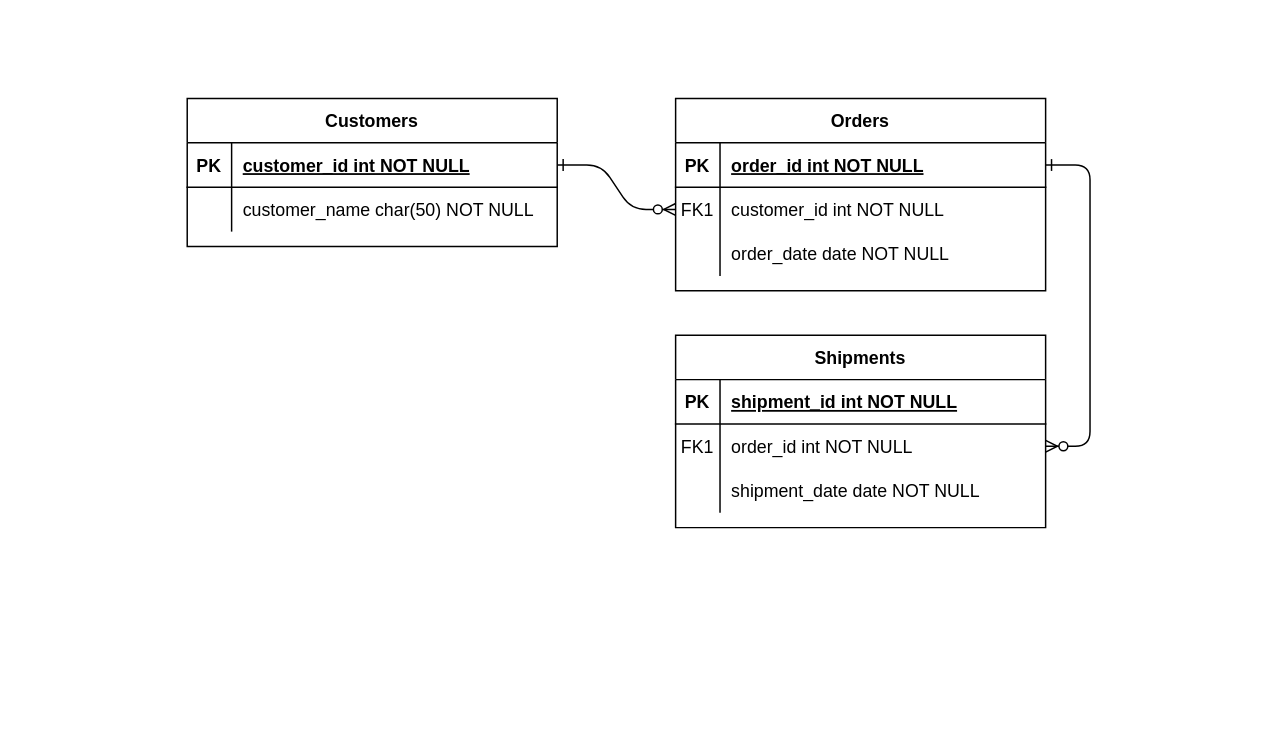
The draw.io diagram erd/BookLendingERD.drawio in perilloArt3159/database-mysql-assessment, before the edit. Source tidied: cells renumbered, new cells numbered last; positions are measured from the earlier drawing's top-left corner, leaving out a move shared by most shapes. Both pictures are drawn from the tidied source at 148%, with x=0, y=0 at pixel (186, 98).
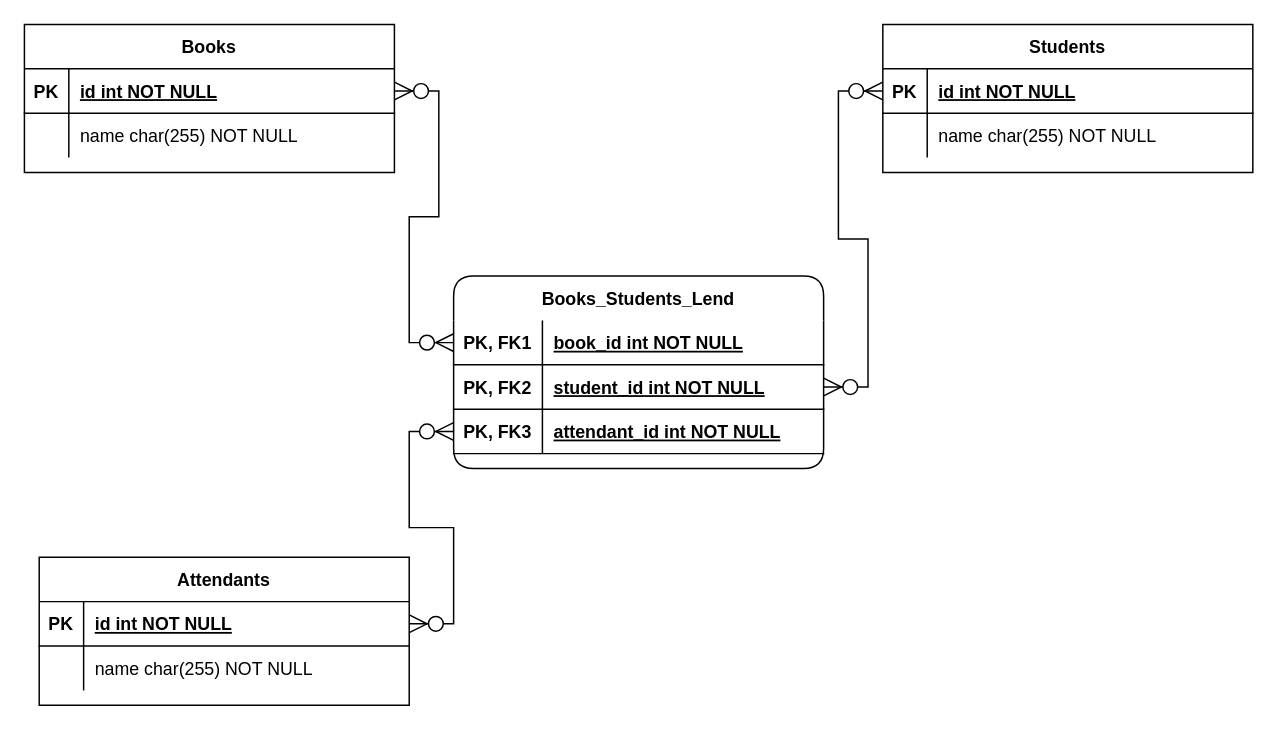
The same diagram, later.

Commit message:
:sparkles: Book Lending ERD Done

Unchanged cells that the change refers to:
```xml
<mxCell id="5" style="shape=partialRectangle;fillColor=none;points=[[0,0.5],[1,0.5]];portConstraint=eastwest;top=0;left=0;right=0;bottom=1;" parent="4" vertex="1">
  <mxGeometry y="30" width="250" height="30" as="geometry" />
</mxCell>
<mxCell id="8" style="shape=partialRectangle;fillColor=none;points=[[0,0.5],[1,0.5]];portConstraint=eastwest;top=0;left=0;right=0;bottom=0;" parent="4" vertex="1">
  <mxGeometry y="60" width="250" height="30" as="geometry" />
</mxCell>
<mxCell id="15" style="shape=partialRectangle;fillColor=none;points=[[0,0.5],[1,0.5]];portConstraint=eastwest;top=0;left=0;right=0;bottom=1;" parent="14" vertex="1">
  <mxGeometry y="30" width="250" height="30" as="geometry" />
</mxCell>
<mxCell id="18" style="shape=partialRectangle;fillColor=none;points=[[0,0.5],[1,0.5]];portConstraint=eastwest;top=0;left=0;right=0;bottom=0;" parent="14" vertex="1">
  <mxGeometry y="60" width="250" height="30" as="geometry" />
</mxCell>
<mxCell id="25" style="shape=partialRectangle;fillColor=none;points=[[0,0.5],[1,0.5]];portConstraint=eastwest;top=0;left=0;right=0;bottom=1;" parent="24" vertex="1">
  <mxGeometry y="30" width="250" height="30" as="geometry" />
</mxCell>
<mxCell id="28" style="shape=partialRectangle;fillColor=none;top=0;left=0;right=0;bottom=0;" parent="24" vertex="1">
  <mxGeometry y="60" width="250" height="30" as="geometry" />
</mxCell>
```

The edit, as a diff of the source:
```diff
@@
-    <mxCell id="2" style="edgeStyle=entityRelationEdgeStyle;endArrow=ERzeroToMany;startArrow=ERone;endFill=1;startFill=0;" parent="1" edge="1" source="25" target="8">
-      <mxGeometry relative="1" as="geometry" />
-    </mxCell>
-    <mxCell id="3" style="edgeStyle=entityRelationEdgeStyle;endArrow=ERzeroToMany;startArrow=ERone;endFill=1;startFill=0;" parent="1" edge="1" source="5" target="18">
-      <mxGeometry relative="1" as="geometry" />
-    </mxCell>
-    <mxCell id="4" value="Orders" style="shape=table;startSize=30;childLayout=tableLayout;rowLines=0;fontStyle=1;align=center;" parent="1" vertex="1">
-      <mxGeometry x="330" width="250" height="130" as="geometry" />
+    <mxCell id="4" value="Students" style="shape=table;startSize=30;childLayout=tableLayout;rowLines=0;fontStyle=1;align=center;" parent="1" vertex="1">
+      <mxGeometry x="470" y="-50" width="250" height="100" as="geometry" />
     </mxCell>
@@
-    <mxCell id="7" value="order_id int NOT NULL " style="shape=partialRectangle;overflow=hidden;fillColor=none;top=0;left=0;bottom=0;right=0;align=left;spacingLeft=6;fontStyle=5;" parent="5" vertex="1">
+    <mxCell id="7" value="id int NOT NULL " style="shape=partialRectangle;overflow=hidden;fillColor=none;top=0;left=0;bottom=0;right=0;align=left;spacingLeft=6;fontStyle=5;" parent="5" vertex="1">
       <mxGeometry x="30" width="220" height="30" as="geometry" />
     </mxCell>
@@
-    <mxCell id="9" value="FK1" style="shape=partialRectangle;overflow=hidden;fillColor=none;top=0;left=0;bottom=0;right=0;" parent="8" vertex="1">
+    <mxCell id="9" style="shape=partialRectangle;overflow=hidden;fillColor=none;top=0;left=0;bottom=0;right=0;" parent="8" vertex="1">
       <mxGeometry width="30" height="30" as="geometry" />
     </mxCell>
-    <mxCell id="10" value="customer_id int NOT NULL" style="shape=partialRectangle;overflow=hidden;fillColor=none;top=0;left=0;bottom=0;right=0;align=left;spacingLeft=6;" parent="8" vertex="1">
+    <mxCell id="10" value="name char(255) NOT NULL" style="shape=partialRectangle;overflow=hidden;fillColor=none;top=0;left=0;bottom=0;right=0;align=left;spacingLeft=6;" parent="8" vertex="1">
       <mxGeometry x="30" width="220" height="30" as="geometry" />
     </mxCell>
-    <mxCell id="11" style="shape=partialRectangle;fillColor=none;top=0;left=0;right=0;bottom=0;" parent="4" vertex="1">
-      <mxGeometry y="90" width="250" height="30" as="geometry" />
-    </mxCell>
-    <mxCell id="12" style="shape=partialRectangle;overflow=hidden;fillColor=none;top=0;left=0;bottom=0;right=0;" parent="11" vertex="1">
-      <mxGeometry width="30" height="30" as="geometry" />
-    </mxCell>
-    <mxCell id="13" value="order_date date NOT NULL" style="shape=partialRectangle;overflow=hidden;fillColor=none;top=0;left=0;bottom=0;right=0;align=left;spacingLeft=6;" parent="11" vertex="1">
-      <mxGeometry x="30" width="220" height="30" as="geometry" />
-    </mxCell>
-    <mxCell id="14" value="Shipments" style="shape=table;startSize=30;childLayout=tableLayout;rowLines=0;fontStyle=1;align=center;" parent="1" vertex="1">
-      <mxGeometry x="330" y="160" width="250" height="130" as="geometry" />
+    <mxCell id="14" value="Attendants" style="shape=table;startSize=30;childLayout=tableLayout;rowLines=0;fontStyle=1;align=center;" parent="1" vertex="1">
+      <mxGeometry x="-100" y="310" width="250" height="100" as="geometry" />
     </mxCell>
@@
-    <mxCell id="17" value="shipment_id int NOT NULL " style="shape=partialRectangle;overflow=hidden;fillColor=none;top=0;left=0;bottom=0;right=0;align=left;spacingLeft=6;fontStyle=5;" parent="15" vertex="1">
+    <mxCell id="17" value="id int NOT NULL " style="shape=partialRectangle;overflow=hidden;fillColor=none;top=0;left=0;bottom=0;right=0;align=left;spacingLeft=6;fontStyle=5;" parent="15" vertex="1">
       <mxGeometry x="30" width="220" height="30" as="geometry" />
     </mxCell>
@@
-    <mxCell id="19" value="FK1" style="shape=partialRectangle;overflow=hidden;fillColor=none;top=0;left=0;bottom=0;right=0;" parent="18" vertex="1">
+    <mxCell id="19" style="shape=partialRectangle;overflow=hidden;fillColor=none;top=0;left=0;bottom=0;right=0;" parent="18" vertex="1">
       <mxGeometry width="30" height="30" as="geometry" />
     </mxCell>
-    <mxCell id="20" value="order_id int NOT NULL" style="shape=partialRectangle;overflow=hidden;fillColor=none;top=0;left=0;bottom=0;right=0;align=left;spacingLeft=6;" parent="18" vertex="1">
+    <mxCell id="20" value="name char(255) NOT NULL" style="shape=partialRectangle;overflow=hidden;fillColor=none;top=0;left=0;bottom=0;right=0;align=left;spacingLeft=6;" parent="18" vertex="1">
       <mxGeometry x="30" width="220" height="30" as="geometry" />
     </mxCell>
-    <mxCell id="21" style="shape=partialRectangle;fillColor=none;top=0;left=0;right=0;bottom=0;" parent="14" vertex="1">
-      <mxGeometry y="90" width="250" height="30" as="geometry" />
-    </mxCell>
-    <mxCell id="22" style="shape=partialRectangle;overflow=hidden;fillColor=none;top=0;left=0;bottom=0;right=0;" parent="21" vertex="1">
-      <mxGeometry width="30" height="30" as="geometry" />
-    </mxCell>
-    <mxCell id="23" value="shipment_date date NOT NULL" style="shape=partialRectangle;overflow=hidden;fillColor=none;top=0;left=0;bottom=0;right=0;align=left;spacingLeft=6;" parent="21" vertex="1">
-      <mxGeometry x="30" width="220" height="30" as="geometry" />
-    </mxCell>
-    <mxCell id="24" value="Customers" style="shape=table;startSize=30;childLayout=tableLayout;rowLines=0;fontStyle=1;align=center;" parent="1" vertex="1">
-      <mxGeometry width="250" height="100" as="geometry" />
+    <mxCell id="24" value="Books" style="shape=table;startSize=30;childLayout=tableLayout;rowLines=0;fontStyle=1;align=center;" parent="1" vertex="1">
+      <mxGeometry x="-110" y="-50" width="250" height="100" as="geometry" />
     </mxCell>
@@
-    <mxCell id="27" value="customer_id int NOT NULL " style="shape=partialRectangle;overflow=hidden;fillColor=none;top=0;left=0;bottom=0;right=0;align=left;spacingLeft=6;fontStyle=5;" parent="25" vertex="1">
+    <mxCell id="27" value="id int NOT NULL " style="shape=partialRectangle;overflow=hidden;fillColor=none;top=0;left=0;bottom=0;right=0;align=left;spacingLeft=6;fontStyle=5;" parent="25" vertex="1">
       <mxGeometry x="30" width="220" height="30" as="geometry" />
     </mxCell>
@@
-    <mxCell id="30" value="customer_name char(50) NOT NULL" style="shape=partialRectangle;overflow=hidden;fillColor=none;top=0;left=0;bottom=0;right=0;align=left;spacingLeft=6;" parent="28" vertex="1">
+    <mxCell id="30" value="name char(255) NOT NULL" style="shape=partialRectangle;overflow=hidden;fillColor=none;top=0;left=0;bottom=0;right=0;align=left;spacingLeft=6;" parent="28" vertex="1">
       <mxGeometry x="30" width="220" height="30" as="geometry" />
     </mxCell>
+    <mxCell id="31" value="Books_Students_Lend" style="shape=table;startSize=30;childLayout=tableLayout;rowLines=0;fontStyle=1;align=center;rounded=1;swimlaneLine=0;" parent="1" vertex="1">
+      <mxGeometry x="180" y="120" width="250" height="130" as="geometry" />
+    </mxCell>
+    <mxCell id="32" style="shape=partialRectangle;fillColor=none;points=[[0,0.5],[1,0.5]];portConstraint=eastwest;top=0;left=0;right=0;bottom=1;" parent="31" vertex="1">
+      <mxGeometry y="30" width="250" height="30" as="geometry" />
+    </mxCell>
+    <mxCell id="33" value="PK, FK1 " style="shape=partialRectangle;overflow=hidden;fillColor=none;top=0;left=0;bottom=0;right=0;fontStyle=1;" parent="32" vertex="1">
+      <mxGeometry width="60" height="30" as="geometry" />
+    </mxCell>
+    <mxCell id="34" value="book_id int NOT NULL " style="shape=partialRectangle;overflow=hidden;fillColor=none;top=0;left=0;bottom=0;right=0;align=left;spacingLeft=6;fontStyle=5;" parent="32" vertex="1">
+      <mxGeometry x="60" width="190" height="30" as="geometry" />
+    </mxCell>
+    <mxCell id="35" style="shape=partialRectangle;fillColor=none;points=[[0,0.5],[1,0.5]];portConstraint=eastwest;top=0;left=0;right=0;bottom=1;" parent="31" vertex="1">
+      <mxGeometry y="60" width="250" height="30" as="geometry" />
+    </mxCell>
+    <mxCell id="36" value="PK, FK2 " style="shape=partialRectangle;overflow=hidden;fillColor=none;top=0;left=0;bottom=0;right=0;fontStyle=1;" parent="35" vertex="1">
+      <mxGeometry width="60" height="30" as="geometry" />
+    </mxCell>
+    <mxCell id="37" value="student_id int NOT NULL " style="shape=partialRectangle;overflow=hidden;fillColor=none;top=0;left=0;bottom=0;right=0;align=left;spacingLeft=6;fontStyle=5;" parent="35" vertex="1">
+      <mxGeometry x="60" width="190" height="30" as="geometry" />
+    </mxCell>
+    <mxCell id="38" style="shape=partialRectangle;fillColor=none;points=[[0,0.5],[1,0.5]];portConstraint=eastwest;top=0;left=0;right=0;bottom=1;" parent="31" vertex="1">
+      <mxGeometry y="90" width="250" height="30" as="geometry" />
+    </mxCell>
+    <mxCell id="39" value="PK, FK3 " style="shape=partialRectangle;overflow=hidden;fillColor=none;top=0;left=0;bottom=0;right=0;fontStyle=1;" parent="38" vertex="1">
+      <mxGeometry width="60" height="30" as="geometry" />
+    </mxCell>
+    <mxCell id="40" value="attendant_id int NOT NULL " style="shape=partialRectangle;overflow=hidden;fillColor=none;top=0;left=0;bottom=0;right=0;align=left;spacingLeft=6;fontStyle=5;" parent="38" vertex="1">
+      <mxGeometry x="60" width="190" height="30" as="geometry" />
+    </mxCell>
+    <mxCell id="41" style="edgeStyle=entityRelationEdgeStyle;fontSize=12;html=1;endArrow=ERzeroToMany;endFill=1;startArrow=ERzeroToMany;rounded=0;endSize=10;startSize=10;" parent="1" edge="1" source="25" target="32">
+      <mxGeometry relative="1" as="geometry" />
+    </mxCell>
+    <mxCell id="42" style="edgeStyle=entityRelationEdgeStyle;fontSize=12;html=1;endArrow=ERzeroToMany;endFill=1;startArrow=ERzeroToMany;rounded=0;exitX=0;exitY=0.5;exitDx=0;exitDy=0;startSize=10;endSize=10;" parent="1" edge="1" source="38" target="15">
+      <mxGeometry relative="1" as="geometry" />
+    </mxCell>
+    <mxCell id="43" style="edgeStyle=entityRelationEdgeStyle;fontSize=12;html=1;endArrow=ERzeroToMany;endFill=1;startArrow=ERzeroToMany;rounded=0;exitX=1;exitY=0.5;exitDx=0;exitDy=0;endSize=10;startSize=10;" parent="1" edge="1" source="35" target="5">
+      <mxGeometry relative="1" as="geometry" />
+    </mxCell>
```
